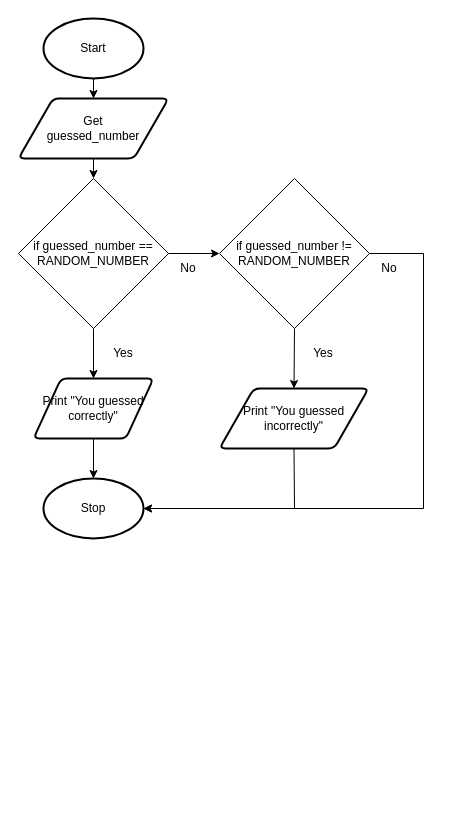
Aidan-Lalonde-Novales/ICS3U-Unit3-02-Python keeps this draw.io diagram as drawio/flowchart/flowchart.drawio. Above is the earlier version. Source tidied: cells renumbered, new cells numbered last; positions are measured from the earlier drawing's top-left corner, leaving out a move shared by most shapes. Both pictures are drawn from the tidied source at 100%, with x=0, y=0 at pixel (18, 18).
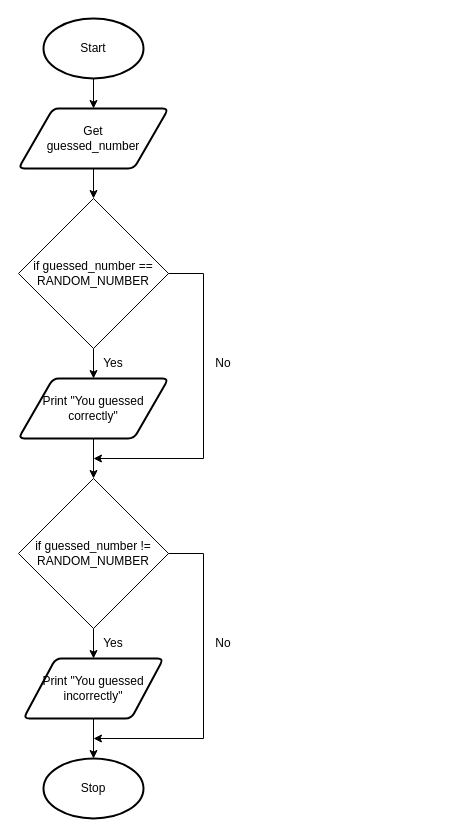
After the change.

Diff of the diagram source:
```diff
@@
     <mxCell id="5" value="Get&lt;br&gt;guessed_number" style="shape=parallelogram;html=1;strokeWidth=2;perimeter=parallelogramPerimeter;whiteSpace=wrap;rounded=1;arcSize=12;size=0.23;" parent="1" vertex="1">
-      <mxGeometry y="80" width="150" height="60" as="geometry" />
+      <mxGeometry y="90" width="150" height="60" as="geometry" />
     </mxCell>
-    <mxCell id="6" style="edgeStyle=none;html=1;exitX=0.5;exitY=1;exitDx=0;exitDy=0;entryX=0.5;entryY=0;entryDx=0;entryDy=0;entryPerimeter=0;" parent="1" edge="1" source="7" target="8">
-      <mxGeometry relative="1" as="geometry" />
-    </mxCell>
+    <mxCell id="21" style="edgeStyle=none;html=1;exitX=0.5;exitY=1;exitDx=0;exitDy=0;entryX=0.5;entryY=0;entryDx=0;entryDy=0;" parent="1" edge="1" source="7" target="18">
+      <mxGeometry relative="1" as="geometry" />
+    </mxCell>
     <mxCell id="7" value="Print &quot;You guessed correctly&quot;" style="shape=parallelogram;html=1;strokeWidth=2;perimeter=parallelogramPerimeter;whiteSpace=wrap;rounded=1;arcSize=12;size=0.23;" parent="1" vertex="1">
-      <mxGeometry x="15" y="360" width="120" height="60" as="geometry" />
+      <mxGeometry y="360" width="150" height="60" as="geometry" />
     </mxCell>
     <mxCell id="8" value="Stop" style="strokeWidth=2;html=1;shape=mxgraph.flowchart.start_1;whiteSpace=wrap;" parent="1" vertex="1">
-      <mxGeometry x="25" y="460" width="100" height="60" as="geometry" />
+      <mxGeometry x="25" y="740" width="100" height="60" as="geometry" />
     </mxCell>
     <mxCell id="9" value="Yes" style="text;html=1;strokeColor=none;fillColor=none;align=center;verticalAlign=middle;whiteSpace=wrap;rounded=0;" parent="1" vertex="1">
-      <mxGeometry x="85" y="320" width="40" height="30" as="geometry" />
+      <mxGeometry x="75" y="610" width="40" height="30" as="geometry" />
     </mxCell>
-    <mxCell id="10" style="edgeStyle=none;html=1;exitX=0.5;exitY=1;exitDx=0;exitDy=0;entryX=1;entryY=0.5;entryDx=0;entryDy=0;entryPerimeter=0;rounded=0;" parent="1" edge="1" source="11" target="8">
-      <mxGeometry relative="1" as="geometry">
-        <Array as="points">
-          <mxPoint x="276" y="490" />
-        </Array>
-      </mxGeometry>
+    <mxCell id="10" style="edgeStyle=none;rounded=0;html=1;exitX=0.5;exitY=1;exitDx=0;exitDy=0;entryX=0.5;entryY=0;entryDx=0;entryDy=0;entryPerimeter=0;" parent="1" edge="1" source="11" target="8">
+      <mxGeometry relative="1" as="geometry" />
     </mxCell>
     <mxCell id="11" value="Print &quot;You guessed incorrectly&quot;" style="shape=parallelogram;html=1;strokeWidth=2;perimeter=parallelogramPerimeter;whiteSpace=wrap;rounded=1;arcSize=12;size=0.23;" parent="1" vertex="1">
-      <mxGeometry x="201" y="370" width="149" height="60" as="geometry" />
+      <mxGeometry x="5" y="640" width="140" height="60" as="geometry" />
     </mxCell>
     <mxCell id="12" value="No" style="text;html=1;strokeColor=none;fillColor=none;align=center;verticalAlign=middle;whiteSpace=wrap;rounded=0;" parent="1" vertex="1">
-      <mxGeometry x="150" y="235" width="40" height="30" as="geometry" />
+      <mxGeometry x="185" y="330" width="40" height="30" as="geometry" />
     </mxCell>
@@
-    <mxCell id="14" style="edgeStyle=none;html=1;exitX=1;exitY=0.5;exitDx=0;exitDy=0;entryX=0;entryY=0.5;entryDx=0;entryDy=0;" parent="1" edge="1" source="15" target="18">
-      <mxGeometry relative="1" as="geometry" />
-    </mxCell>
+    <mxCell id="22" style="edgeStyle=none;rounded=0;html=1;exitX=1;exitY=0.5;exitDx=0;exitDy=0;" parent="1" edge="1" source="15">
+      <mxGeometry relative="1" as="geometry">
+        <mxPoint x="75" y="440" as="targetPoint" />
+        <Array as="points">
+          <mxPoint x="185" y="255" />
+          <mxPoint x="185" y="440" />
+        </Array>
+      </mxGeometry>
+    </mxCell>
     <mxCell id="15" value="&lt;span&gt;if guessed_number == RANDOM_NUMBER&lt;/span&gt;" style="rhombus;whiteSpace=wrap;html=1;" parent="1" vertex="1">
-      <mxGeometry y="160" width="150" height="150" as="geometry" />
+      <mxGeometry y="180" width="150" height="150" as="geometry" />
     </mxCell>
-    <mxCell id="16" style="edgeStyle=none;html=1;exitX=0.5;exitY=1;exitDx=0;exitDy=0;entryX=0.5;entryY=0;entryDx=0;entryDy=0;" parent="1" edge="1" source="18" target="11">
+    <mxCell id="16" style="edgeStyle=none;rounded=0;html=1;exitX=0.5;exitY=1;exitDx=0;exitDy=0;entryX=0.5;entryY=0;entryDx=0;entryDy=0;" parent="1" edge="1" source="18" target="11">
       <mxGeometry relative="1" as="geometry" />
     </mxCell>
-    <mxCell id="17" style="edgeStyle=none;html=1;exitX=1;exitY=0.5;exitDx=0;exitDy=0;entryX=1;entryY=0.5;entryDx=0;entryDy=0;entryPerimeter=0;rounded=0;" parent="1" edge="1" source="18" target="8">
-      <mxGeometry relative="1" as="geometry">
-        <Array as="points">
-          <mxPoint x="405" y="235" />
-          <mxPoint x="405" y="490" />
-        </Array>
-      </mxGeometry>
-    </mxCell>
+    <mxCell id="23" style="edgeStyle=none;rounded=0;html=1;exitX=1;exitY=0.5;exitDx=0;exitDy=0;" parent="1" edge="1" source="18">
+      <mxGeometry relative="1" as="geometry">
+        <mxPoint x="75" y="720" as="targetPoint" />
+        <Array as="points">
+          <mxPoint x="185" y="535" />
+          <mxPoint x="185" y="720" />
+        </Array>
+      </mxGeometry>
+    </mxCell>
     <mxCell id="18" value="&lt;span&gt;if guessed_number != RANDOM_NUMBER&lt;/span&gt;" style="rhombus;whiteSpace=wrap;html=1;" parent="1" vertex="1">
-      <mxGeometry x="201" y="160" width="150" height="150" as="geometry" />
+      <mxGeometry y="460" width="150" height="150" as="geometry" />
     </mxCell>
     <mxCell id="19" value="Yes" style="text;html=1;strokeColor=none;fillColor=none;align=center;verticalAlign=middle;whiteSpace=wrap;rounded=0;" parent="1" vertex="1">
-      <mxGeometry x="285" y="320" width="40" height="30" as="geometry" />
+      <mxGeometry x="75" y="330" width="40" height="30" as="geometry" />
     </mxCell>
     <mxCell id="20" value="No" style="text;html=1;strokeColor=none;fillColor=none;align=center;verticalAlign=middle;whiteSpace=wrap;rounded=0;" parent="1" vertex="1">
-      <mxGeometry x="351" y="235" width="40" height="30" as="geometry" />
+      <mxGeometry x="185" y="610" width="40" height="30" as="geometry" />
     </mxCell>
```
